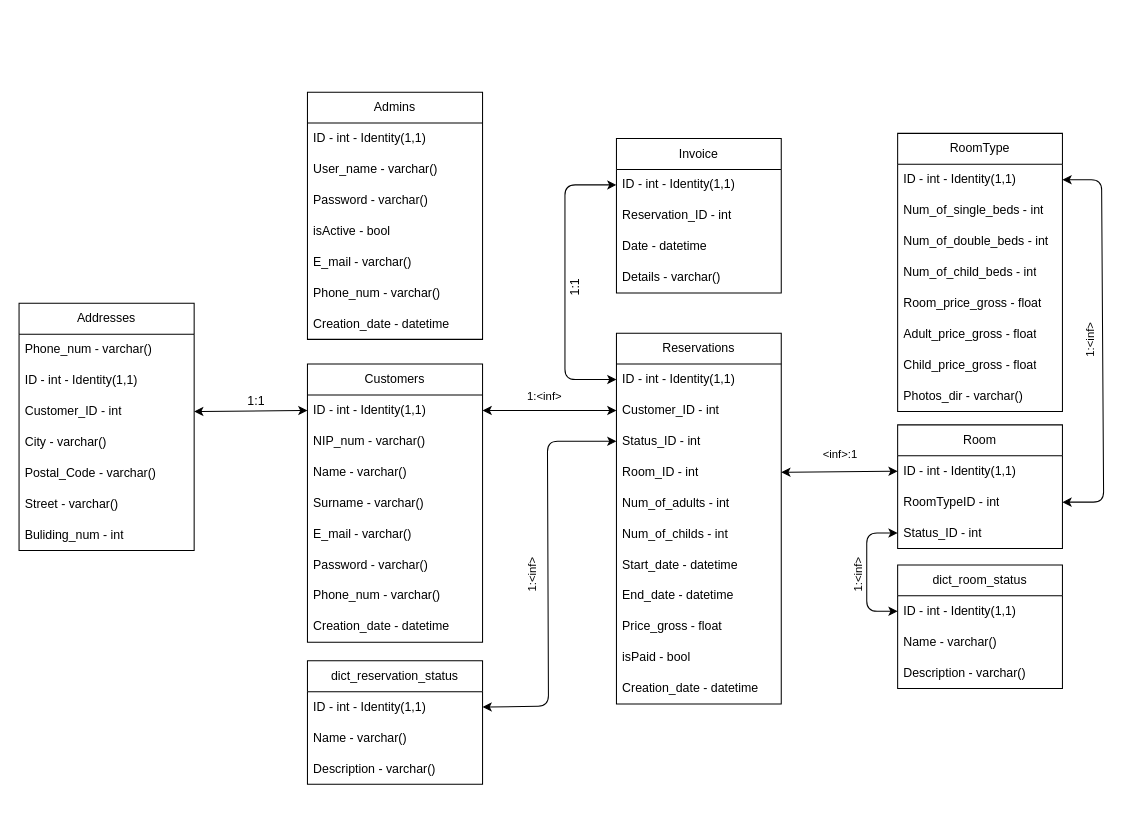
Earlier version of the draw.io diagram DrawioSource/DB_model.drawio (PLProjektKompetencyjny/PK_6IO1z_Projekt4_DataBase). Source tidied: cells renumbered, new cells numbered last; positions are measured from the earlier drawing's top-left corner, leaving out a move shared by most shapes. Both pictures are drawn from the tidied source at 103%, with x=0, y=0 at pixel (19, 92).
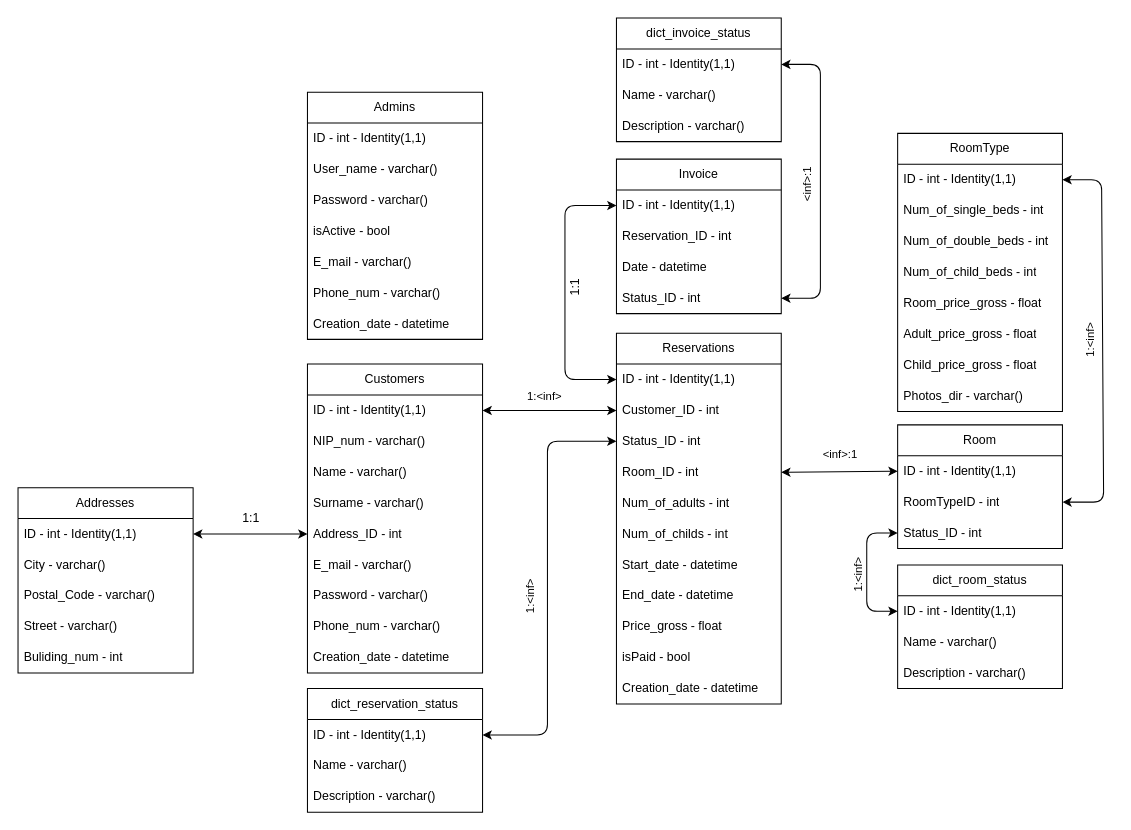
The same page after the edit.

Commit message (it also covers changes not shown here):
add status to invoice

Unchanged cells that the change refers to:
```xml
<mxCell id="3" value="ID - int - Identity(1,1)" style="text;strokeColor=none;fillColor=none;align=left;verticalAlign=middle;spacingLeft=4;spacingRight=4;overflow=hidden;points=[[0,0.5],[1,0.5]];portConstraint=eastwest;whiteSpace=wrap;html=1;" parent="2" vertex="1">
  <mxGeometry y="30" width="170" height="30" as="geometry" />
</mxCell>
<mxCell id="29" value="ID - int - Identity(1,1)" style="text;strokeColor=none;fillColor=none;align=left;verticalAlign=middle;spacingLeft=4;spacingRight=4;overflow=hidden;points=[[0,0.5],[1,0.5]];portConstraint=eastwest;whiteSpace=wrap;html=1;" parent="28" vertex="1">
  <mxGeometry y="30" width="160" height="30" as="geometry" />
</mxCell>
<mxCell id="31" value="Status_ID - int" style="text;strokeColor=none;fillColor=none;align=left;verticalAlign=middle;spacingLeft=4;spacingRight=4;overflow=hidden;points=[[0,0.5],[1,0.5]];portConstraint=eastwest;whiteSpace=wrap;html=1;" parent="28" vertex="1">
  <mxGeometry y="90" width="160" height="30" as="geometry" />
</mxCell>
<mxCell id="48" value="ID - int - Identity(1,1)" style="text;strokeColor=none;fillColor=none;align=left;verticalAlign=middle;spacingLeft=4;spacingRight=4;overflow=hidden;points=[[0,0.5],[1,0.5]];portConstraint=eastwest;whiteSpace=wrap;html=1;" parent="47" vertex="1">
  <mxGeometry y="30" width="160" height="30" as="geometry" />
</mxCell>
<mxCell id="66" value="ID - int - Identity(1,1)" style="text;strokeColor=none;fillColor=none;align=left;verticalAlign=middle;spacingLeft=4;spacingRight=4;overflow=hidden;points=[[0,0.5],[1,0.5]];portConstraint=eastwest;whiteSpace=wrap;html=1;" parent="65" vertex="1">
  <mxGeometry y="30" width="170" height="30" as="geometry" />
</mxCell>
```

The edit, as a diff of the source:
```diff
@@
     <mxCell id="2" value="Customers" style="swimlane;fontStyle=0;horizontal=1;startSize=30;whiteSpace=wrap;html=1;" parent="1" vertex="1">
-      <mxGeometry x="280" y="264" width="170" height="270" as="geometry" />
+      <mxGeometry x="280" y="264" width="170" height="300" as="geometry" />
     </mxCell>
@@
+    <mxCell id="79" value="Address_ID - int" style="text;strokeColor=none;fillColor=none;align=left;verticalAlign=middle;spacingLeft=4;spacingRight=4;overflow=hidden;points=[[0,0.5],[1,0.5]];portConstraint=eastwest;whiteSpace=wrap;html=1;" parent="2" vertex="1">
+      <mxGeometry y="150" width="170" height="30" as="geometry" />
+    </mxCell>
     <mxCell id="7" value="E_mail - varchar()" style="text;strokeColor=none;fillColor=none;align=left;verticalAlign=middle;spacingLeft=4;spacingRight=4;overflow=hidden;whiteSpace=wrap;html=1;" parent="2" vertex="1">
-      <mxGeometry y="150" width="170" height="30" as="geometry" />
+      <mxGeometry y="180" width="170" height="30" as="geometry" />
     </mxCell>
     <mxCell id="8" value="Password - varchar()" style="text;strokeColor=none;fillColor=none;align=left;verticalAlign=middle;spacingLeft=4;spacingRight=4;overflow=hidden;whiteSpace=wrap;html=1;" parent="2" vertex="1">
-      <mxGeometry y="180" width="170" height="30" as="geometry" />
+      <mxGeometry y="210" width="170" height="30" as="geometry" />
     </mxCell>
     <mxCell id="9" value="Phone_num - varchar()" style="text;strokeColor=none;fillColor=none;align=left;verticalAlign=middle;spacingLeft=4;spacingRight=4;overflow=hidden;whiteSpace=wrap;html=1;" parent="2" vertex="1">
-      <mxGeometry y="210" width="170" height="30" as="geometry" />
+      <mxGeometry y="240" width="170" height="30" as="geometry" />
     </mxCell>
     <mxCell id="10" value="Creation_date - datetime" style="text;strokeColor=none;fillColor=none;align=left;verticalAlign=middle;spacingLeft=4;spacingRight=4;overflow=hidden;whiteSpace=wrap;html=1;" parent="2" vertex="1">
-      <mxGeometry y="240" width="170" height="30" as="geometry" />
+      <mxGeometry y="270" width="170" height="30" as="geometry" />
     </mxCell>
     <mxCell id="11" value="Addresses" style="swimlane;fontStyle=0;horizontal=1;startSize=30;whiteSpace=wrap;html=1;" parent="1" vertex="1">
-      <mxGeometry y="205" width="170" height="240" as="geometry" />
+      <mxGeometry x="-1" y="384" width="170" height="180" as="geometry" />
     </mxCell>
-    <mxCell id="12" value="Phone_num - varchar()" style="text;strokeColor=none;fillColor=none;align=left;verticalAlign=middle;spacingLeft=4;spacingRight=4;overflow=hidden;whiteSpace=wrap;html=1;" parent="11" vertex="1">
-      <mxGeometry y="30" width="170" height="30" as="geometry" />
-    </mxCell>
     <mxCell id="13" value="ID - int - Identity(1,1)" style="text;strokeColor=none;fillColor=none;align=left;verticalAlign=middle;spacingLeft=4;spacingRight=4;overflow=hidden;points=[[0,0.5],[1,0.5]];portConstraint=eastwest;whiteSpace=wrap;html=1;" parent="11" vertex="1">
-      <mxGeometry y="60" width="170" height="30" as="geometry" />
+      <mxGeometry y="30" width="170" height="30" as="geometry" />
     </mxCell>
-    <mxCell id="14" value="Customer_ID - int" style="text;strokeColor=none;fillColor=none;align=left;verticalAlign=middle;spacingLeft=4;spacingRight=4;overflow=hidden;points=[[0,0.5],[1,0.5]];portConstraint=eastwest;whiteSpace=wrap;html=1;" parent="11" vertex="1">
-      <mxGeometry y="90" width="170" height="30" as="geometry" />
-    </mxCell>
     <mxCell id="15" value="City - varchar()" style="text;strokeColor=none;fillColor=none;align=left;verticalAlign=middle;spacingLeft=4;spacingRight=4;overflow=hidden;whiteSpace=wrap;html=1;" parent="11" vertex="1">
-      <mxGeometry y="120" width="170" height="30" as="geometry" />
+      <mxGeometry y="60" width="170" height="30" as="geometry" />
     </mxCell>
     <mxCell id="16" value="Postal_Code - varchar()" style="text;strokeColor=none;fillColor=none;align=left;verticalAlign=middle;spacingLeft=4;spacingRight=4;overflow=hidden;whiteSpace=wrap;html=1;" parent="11" vertex="1">
-      <mxGeometry y="150" width="170" height="30" as="geometry" />
+      <mxGeometry y="90" width="170" height="30" as="geometry" />
     </mxCell>
     <mxCell id="17" value="Street - varchar()" style="text;strokeColor=none;fillColor=none;align=left;verticalAlign=middle;spacingLeft=4;spacingRight=4;overflow=hidden;whiteSpace=wrap;html=1;" parent="11" vertex="1">
-      <mxGeometry y="180" width="170" height="30" as="geometry" />
+      <mxGeometry y="120" width="170" height="30" as="geometry" />
     </mxCell>
     <mxCell id="18" value="Buliding_num - int" style="text;strokeColor=none;fillColor=none;align=left;verticalAlign=middle;spacingLeft=4;spacingRight=4;overflow=hidden;whiteSpace=wrap;html=1;" parent="11" vertex="1">
-      <mxGeometry y="210" width="170" height="30" as="geometry" />
+      <mxGeometry y="150" width="170" height="30" as="geometry" />
     </mxCell>
     <mxCell id="19" value="1:1" style="text;html=1;align=center;verticalAlign=middle;strokeColor=none;fillColor=none;rotation=0;" parent="1" vertex="1">
-      <mxGeometry x="210" y="285" width="40" height="30" as="geometry" />
+      <mxGeometry x="205" y="399" width="40" height="30" as="geometry" />
     </mxCell>
@@
     <mxCell id="47" value="Invoice" style="swimlane;fontStyle=0;horizontal=1;startSize=30;whiteSpace=wrap;html=1;" parent="1" vertex="1">
-      <mxGeometry x="580" y="45" width="160" height="150" as="geometry" />
+      <mxGeometry x="580" y="65" width="160" height="150" as="geometry" />
     </mxCell>
@@
-    <mxCell id="51" value="Details - varchar()" style="text;strokeColor=none;fillColor=none;align=left;verticalAlign=middle;spacingLeft=4;spacingRight=4;overflow=hidden;points=[[0,0.5],[1,0.5]];portConstraint=eastwest;whiteSpace=wrap;html=1;" parent="47" vertex="1">
+    <mxCell id="51" value="Status_ID - int" style="text;strokeColor=none;fillColor=none;align=left;verticalAlign=middle;spacingLeft=4;spacingRight=4;overflow=hidden;points=[[0,0.5],[1,0.5]];portConstraint=eastwest;whiteSpace=wrap;html=1;" parent="47" vertex="1">
       <mxGeometry y="120" width="160" height="30" as="geometry" />
     </mxCell>
     <mxCell id="52" style="edgeStyle=none;shape=connector;rounded=1;html=1;exitX=0;exitY=0.5;exitDx=0;exitDy=0;entryX=0;entryY=0.5;entryDx=0;entryDy=0;labelBackgroundColor=default;strokeColor=default;fontFamily=Helvetica;fontSize=11;fontColor=default;startArrow=classic;startFill=1;endArrow=classic;" parent="1" edge="1" source="29" target="48">
       <mxGeometry relative="1" as="geometry">
         <Array as="points">
           <mxPoint x="530" y="279" />
-          <mxPoint x="530" y="90" />
+          <mxPoint x="530" y="110" />
         </Array>
       </mxGeometry>
     </mxCell>
@@
-    <mxCell id="54" style="edgeStyle=none;shape=connector;rounded=1;html=1;exitX=1;exitY=0.5;exitDx=0;exitDy=0;entryX=0;entryY=0.5;entryDx=0;entryDy=0;labelBackgroundColor=default;strokeColor=default;fontFamily=Helvetica;fontSize=11;fontColor=default;startArrow=classic;startFill=1;endArrow=classic;" parent="1" edge="1" source="14" target="3">
+    <mxCell id="54" style="edgeStyle=none;shape=connector;rounded=1;html=1;entryX=0;entryY=0.5;entryDx=0;entryDy=0;labelBackgroundColor=default;strokeColor=default;fontFamily=Helvetica;fontSize=11;fontColor=default;startArrow=classic;startFill=1;endArrow=classic;exitX=1;exitY=0.5;exitDx=0;exitDy=0;" parent="1" edge="1" source="13" target="79">
       <mxGeometry relative="1" as="geometry" />
     </mxCell>
@@
     <mxCell id="65" value="dict_reservation_status" style="swimlane;fontStyle=0;horizontal=1;startSize=30;whiteSpace=wrap;html=1;" parent="1" vertex="1">
-      <mxGeometry x="280" y="552" width="170" height="120" as="geometry" />
+      <mxGeometry x="280" y="579" width="170" height="120" as="geometry" />
     </mxCell>
@@
     <mxCell id="69" style="edgeStyle=none;html=1;exitX=1;exitY=0.5;exitDx=0;exitDy=0;entryX=0;entryY=0.5;entryDx=0;entryDy=0;startArrow=classic;startFill=1;" parent="1" edge="1" source="66" target="31">
       <mxGeometry relative="1" as="geometry">
         <Array as="points">
-          <mxPoint x="514" y="596" />
+          <mxPoint x="513" y="624" />
           <mxPoint x="513" y="339" />
         </Array>
       </mxGeometry>
     </mxCell>
     <mxCell id="70" value="1:&amp;lt;inf&amp;gt;" style="text;html=1;align=center;verticalAlign=middle;strokeColor=none;fillColor=none;fontSize=11;fontFamily=Helvetica;fontColor=default;rotation=-90;" parent="1" vertex="1">
-      <mxGeometry x="468" y="454" width="60" height="30" as="geometry" />
+      <mxGeometry x="466" y="475" width="60" height="30" as="geometry" />
     </mxCell>
@@
+    <mxCell id="80" value="dict_invoice_status" style="swimlane;fontStyle=0;horizontal=1;startSize=30;whiteSpace=wrap;html=1;" parent="1" vertex="1">
+      <mxGeometry x="580" y="-72" width="160" height="120" as="geometry" />
+    </mxCell>
+    <mxCell id="81" value="ID - int - Identity(1,1)" style="text;strokeColor=none;fillColor=none;align=left;verticalAlign=middle;spacingLeft=4;spacingRight=4;overflow=hidden;points=[[0,0.5],[1,0.5]];portConstraint=eastwest;whiteSpace=wrap;html=1;" parent="80" vertex="1">
+      <mxGeometry y="30" width="160" height="30" as="geometry" />
+    </mxCell>
+    <mxCell id="82" value="Name - varchar()" style="text;strokeColor=none;fillColor=none;align=left;verticalAlign=middle;spacingLeft=4;spacingRight=4;overflow=hidden;whiteSpace=wrap;html=1;" parent="80" vertex="1">
+      <mxGeometry y="60" width="160" height="30" as="geometry" />
+    </mxCell>
+    <mxCell id="83" value="Description - varchar()" style="text;strokeColor=none;fillColor=none;align=left;verticalAlign=middle;spacingLeft=4;spacingRight=4;overflow=hidden;whiteSpace=wrap;html=1;" parent="80" vertex="1">
+      <mxGeometry y="90" width="160" height="30" as="geometry" />
+    </mxCell>
+    <mxCell id="84" style="edgeStyle=none;html=1;exitX=1;exitY=0.5;exitDx=0;exitDy=0;entryX=1;entryY=0.5;entryDx=0;entryDy=0;startArrow=classic;startFill=1;" parent="1" edge="1" source="51" target="81">
+      <mxGeometry relative="1" as="geometry">
+        <Array as="points">
+          <mxPoint x="778" y="200" />
+          <mxPoint x="778" y="-27" />
+        </Array>
+      </mxGeometry>
+    </mxCell>
+    <mxCell id="85" value="&amp;lt;inf&amp;gt;:1" style="text;html=1;align=center;verticalAlign=middle;strokeColor=none;fillColor=none;fontSize=11;fontFamily=Helvetica;fontColor=default;rotation=-90;" parent="1" vertex="1">
+      <mxGeometry x="735" y="75" width="60" height="30" as="geometry" />
+    </mxCell>
```
